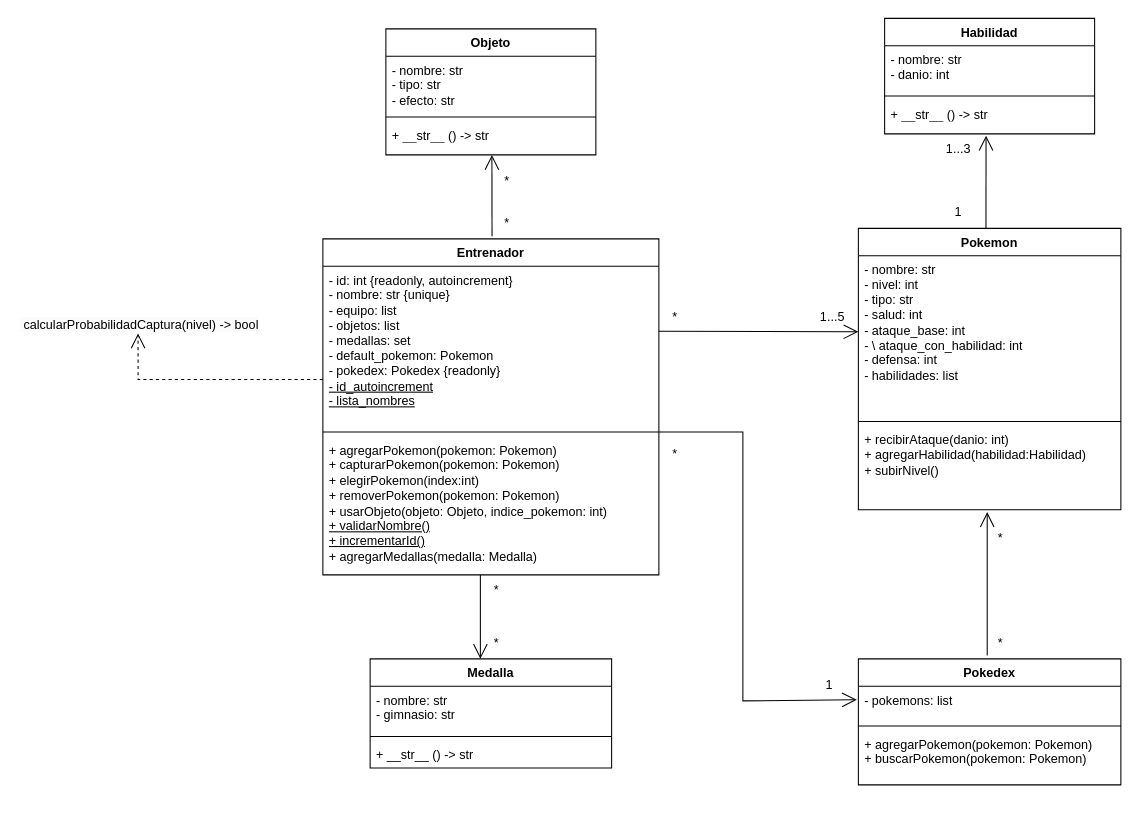
Above: pokemon.drawio in MarucoMass/tp-integrador-P2-Massonnat-Martin-Palena (draw.io), before the change. Source tidied: cells renumbered, new cells numbered last; positions are measured from the earlier drawing's top-left corner, leaving out a move shared by most shapes. Both pictures are drawn from the tidied source at 105%, with x=0, y=0 at pixel (18, 18).
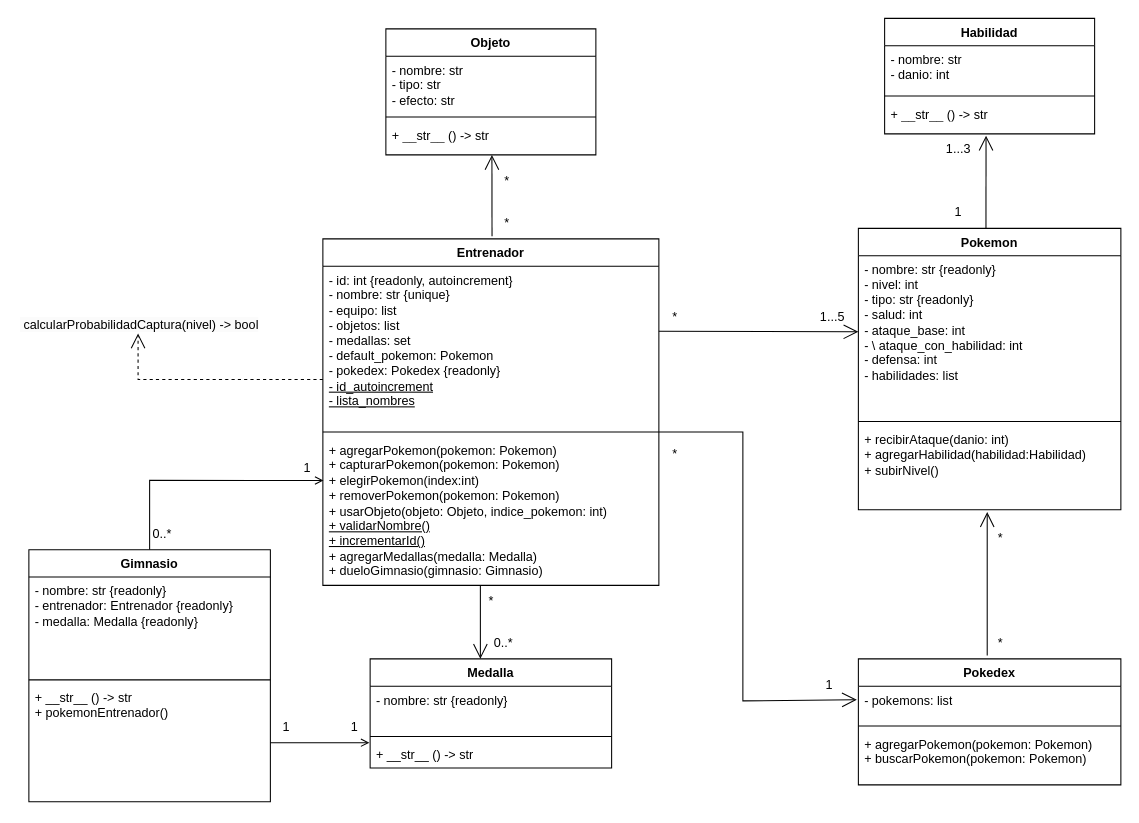
After the change.

Commit message (it also covers changes not shown here):
completando clases y agregando gimnasio

The change refers to these unchanged cells:
```xml
<mxCell id="6" value="Pokemon" style="swimlane;fontStyle=1;align=center;verticalAlign=top;horizontal=1;startSize=26;whiteSpace=wrap;html=1;" parent="1" vertex="1">
  <mxGeometry x="800" y="200" width="250" height="268" as="geometry" />
</mxCell>
<mxCell id="18" value="Medalla" style="swimlane;fontStyle=1;align=center;verticalAlign=top;horizontal=1;startSize=26;whiteSpace=wrap;html=1;" parent="1" vertex="1">
  <mxGeometry x="335" y="610" width="230" height="104" as="geometry" />
</mxCell>
<mxCell id="21" value="+ __str__ () -&amp;gt; str" style="text;strokeColor=none;fillColor=none;align=left;verticalAlign=top;spacingLeft=4;spacingRight=4;overflow=hidden;points=[[0,0.5],[1,0.5]];portConstraint=eastwest;whiteSpace=wrap;html=1;" parent="18" vertex="1">
  <mxGeometry y="78" width="230" height="26" as="geometry" />
</mxCell>
```

Change to the diagram source:
```diff
@@
     <mxCell id="2" value="Entrenador" style="swimlane;fontStyle=1;align=center;verticalAlign=top;horizontal=1;startSize=26;whiteSpace=wrap;html=1;" parent="1" vertex="1">
-      <mxGeometry x="290" y="210" width="320" height="320" as="geometry" />
+      <mxGeometry x="290" y="210" width="320" height="330" as="geometry" />
     </mxCell>
@@
-    <mxCell id="5" value="+ agregarPokemon(pokemon: Pokemon)&lt;div&gt;+ capturarPokemon(pokemon: Pokemon)&lt;br&gt;&lt;div&gt;+ elegirPokemon(index:int)&lt;/div&gt;&lt;div&gt;+ removerPokemon(pokemon: Pokemon)&lt;/div&gt;&lt;div&gt;+ usarObjeto(objeto: Objeto, indice_pokemon: int)&lt;/div&gt;&lt;div&gt;&lt;u&gt;+ validarNombre()&lt;/u&gt;&lt;/div&gt;&lt;div&gt;&lt;u&gt;+ incrementarId()&lt;/u&gt;&lt;/div&gt;&lt;/div&gt;&lt;div&gt;+ agregarMedallas(medalla: Medalla)&lt;/div&gt;" style="text;strokeColor=none;fillColor=none;align=left;verticalAlign=top;spacingLeft=4;spacingRight=4;overflow=hidden;whiteSpace=wrap;html=1;" parent="2" vertex="1">
-      <mxGeometry y="188" width="320" height="132" as="geometry" />
+    <mxCell id="5" value="+ agregarPokemon(pokemon: Pokemon)&lt;div&gt;+ capturarPokemon(pokemon: Pokemon)&lt;br&gt;&lt;div&gt;+ elegirPokemon(index:int)&lt;/div&gt;&lt;div&gt;+ removerPokemon(pokemon: Pokemon)&lt;/div&gt;&lt;div&gt;+ usarObjeto(objeto: Objeto, indice_pokemon: int)&lt;/div&gt;&lt;div&gt;&lt;u&gt;+ validarNombre()&lt;/u&gt;&lt;/div&gt;&lt;div&gt;&lt;u&gt;+ incrementarId()&lt;/u&gt;&lt;/div&gt;&lt;/div&gt;&lt;div&gt;+ agregarMedallas(medalla: Medalla)&lt;/div&gt;&lt;div&gt;+ dueloGimnasio(gimnasio: Gimnasio)&lt;/div&gt;" style="text;strokeColor=none;fillColor=none;align=left;verticalAlign=top;spacingLeft=4;spacingRight=4;overflow=hidden;whiteSpace=wrap;html=1;" parent="2" vertex="1">
+      <mxGeometry y="188" width="320" height="142" as="geometry" />
     </mxCell>
@@
-    <mxCell id="7" value="- nombre: str&lt;div&gt;- nivel: int&lt;/div&gt;&lt;div&gt;- tipo: str&lt;/div&gt;&lt;div&gt;- salud: int&lt;/div&gt;&lt;div&gt;- ataque_base: int&lt;/div&gt;&lt;div&gt;- \ ataque_con_habilidad: int&lt;/div&gt;&lt;div&gt;- defensa: int&lt;/div&gt;&lt;div&gt;- habilidades: list&lt;/div&gt;&lt;div&gt;&lt;br&gt;&lt;/div&gt;" style="text;strokeColor=none;fillColor=none;align=left;verticalAlign=top;spacingLeft=4;spacingRight=4;overflow=hidden;points=[[0,0.5],[1,0.5]];portConstraint=eastwest;whiteSpace=wrap;html=1;" parent="6" vertex="1">
+    <mxCell id="7" value="- nombre: str {readonly}&lt;div&gt;- nivel: int&lt;/div&gt;&lt;div&gt;- tipo: str {readonly}&lt;/div&gt;&lt;div&gt;- salud: int&lt;/div&gt;&lt;div&gt;- ataque_base: int&lt;/div&gt;&lt;div&gt;- \ ataque_con_habilidad: int&lt;/div&gt;&lt;div&gt;- defensa: int&lt;/div&gt;&lt;div&gt;- habilidades: list&lt;/div&gt;&lt;div&gt;&lt;br&gt;&lt;/div&gt;" style="text;strokeColor=none;fillColor=none;align=left;verticalAlign=top;spacingLeft=4;spacingRight=4;overflow=hidden;points=[[0,0.5],[1,0.5]];portConstraint=eastwest;whiteSpace=wrap;html=1;" parent="6" vertex="1">
       <mxGeometry y="26" width="250" height="154" as="geometry" />
     </mxCell>
@@
-    <mxCell id="19" value="- nombre: str&lt;div&gt;- gimnasio: str&lt;/div&gt;" style="text;strokeColor=none;fillColor=none;align=left;verticalAlign=top;spacingLeft=4;spacingRight=4;overflow=hidden;whiteSpace=wrap;html=1;" parent="18" vertex="1">
+    <mxCell id="19" value="- nombre: str {readonly}&lt;div&gt;&lt;br&gt;&lt;/div&gt;" style="text;strokeColor=none;fillColor=none;align=left;verticalAlign=top;spacingLeft=4;spacingRight=4;overflow=hidden;whiteSpace=wrap;html=1;" parent="18" vertex="1">
       <mxGeometry y="26" width="230" height="44" as="geometry" />
     </mxCell>
@@
-    <mxCell id="32" value="*" style="text;html=1;align=center;verticalAlign=middle;strokeColor=none;fillColor=none;" parent="1" vertex="1">
-      <mxGeometry x="440" y="580" width="30" height="30" as="geometry" />
+    <mxCell id="32" value="&amp;nbsp;0..*" style="text;html=1;align=center;verticalAlign=middle;strokeColor=none;fillColor=none;" parent="1" vertex="1">
+      <mxGeometry x="440" y="580" width="40" height="30" as="geometry" />
     </mxCell>
     <mxCell id="33" value="*" style="text;html=1;align=center;verticalAlign=middle;strokeColor=none;fillColor=none;" parent="1" vertex="1">
-      <mxGeometry x="440" y="530" width="30" height="30" as="geometry" />
+      <mxGeometry x="435" y="540" width="30" height="30" as="geometry" />
     </mxCell>
-    <mxCell id="34" style="endArrow=open;endFill=1;endSize=12;html=1;rounded=0;" parent="1" edge="1">
+    <mxCell id="34" style="endArrow=open;endFill=0;endSize=12;html=1;rounded=0;" parent="1" edge="1">
       <mxGeometry relative="1" as="geometry">
-        <mxPoint x="440" y="530" as="sourcePoint" />
+        <mxPoint x="440" y="540" as="sourcePoint" />
         <mxPoint x="440" y="610" as="targetPoint" />
       </mxGeometry>
     </mxCell>
@@
+    <mxCell id="46" style="edgeStyle=none;html=1;endArrow=open;endFill=0;entryX=1.018;entryY=0.871;entryDx=0;entryDy=0;entryPerimeter=0;rounded=0;" parent="1" edge="1" source="47" target="51">
+      <mxGeometry relative="1" as="geometry">
+        <Array as="points">
+          <mxPoint x="125" y="440" />
+        </Array>
+      </mxGeometry>
+    </mxCell>
+    <mxCell id="47" value="Gimnasio" style="swimlane;fontStyle=1;align=center;verticalAlign=top;horizontal=1;startSize=26;whiteSpace=wrap;html=1;" parent="1" vertex="1">
+      <mxGeometry x="10" y="506" width="230" height="240" as="geometry" />
+    </mxCell>
+    <mxCell id="48" value="- nombre: str {readonly}&lt;div&gt;- entrenador: Entrenador {readonly}&lt;/div&gt;&lt;div&gt;- medalla: Medalla {readonly}&lt;/div&gt;&lt;div&gt;&lt;br&gt;&lt;/div&gt;" style="text;strokeColor=none;fillColor=none;align=left;verticalAlign=top;spacingLeft=4;spacingRight=4;overflow=hidden;whiteSpace=wrap;html=1;" parent="47" vertex="1">
+      <mxGeometry y="26" width="230" height="94" as="geometry" />
+    </mxCell>
+    <mxCell id="49" style="line;strokeWidth=1;fillColor=none;align=left;verticalAlign=middle;spacingTop=-1;spacingLeft=3;spacingRight=3;labelPosition=right;strokeColor=inherit;" parent="47" vertex="1">
+      <mxGeometry y="120" width="230" height="8" as="geometry" />
+    </mxCell>
+    <mxCell id="50" value="+ __str__ () -&amp;gt; str&lt;br&gt;+ pokemonEntrenador()&lt;br&gt;" style="text;strokeColor=none;fillColor=none;align=left;verticalAlign=top;spacingLeft=4;spacingRight=4;overflow=hidden;points=[[0,0.5],[1,0.5]];portConstraint=eastwest;whiteSpace=wrap;html=1;" parent="47" vertex="1">
+      <mxGeometry y="128" width="230" height="112" as="geometry" />
+    </mxCell>
+    <mxCell id="51" value="1" style="text;html=1;align=center;verticalAlign=middle;points=[];strokeColor=none;fillColor=none;" parent="1" vertex="1">
+      <mxGeometry x="260" y="414" width="30" height="30" as="geometry" />
+    </mxCell>
+    <mxCell id="52" style="edgeStyle=none;html=1;entryX=-0.003;entryY=0.07;entryDx=0;entryDy=0;entryPerimeter=0;endArrow=open;endFill=0;" parent="1" edge="1" source="50" target="21">
+      <mxGeometry relative="1" as="geometry" />
+    </mxCell>
+    <mxCell id="53" value="1" style="text;html=1;align=center;verticalAlign=middle;strokeColor=none;fillColor=none;" parent="1" vertex="1">
+      <mxGeometry x="305" y="660" width="30" height="30" as="geometry" />
+    </mxCell>
+    <mxCell id="54" value="1" style="text;html=1;align=center;verticalAlign=middle;strokeColor=none;fillColor=none;" parent="1" vertex="1">
+      <mxGeometry x="240" y="660" width="30" height="30" as="geometry" />
+    </mxCell>
+    <mxCell id="55" value="&amp;nbsp;0..*" style="text;html=1;align=center;verticalAlign=middle;strokeColor=none;fillColor=none;" parent="1" vertex="1">
+      <mxGeometry x="115" y="476" width="40" height="30" as="geometry" />
+    </mxCell>
```
